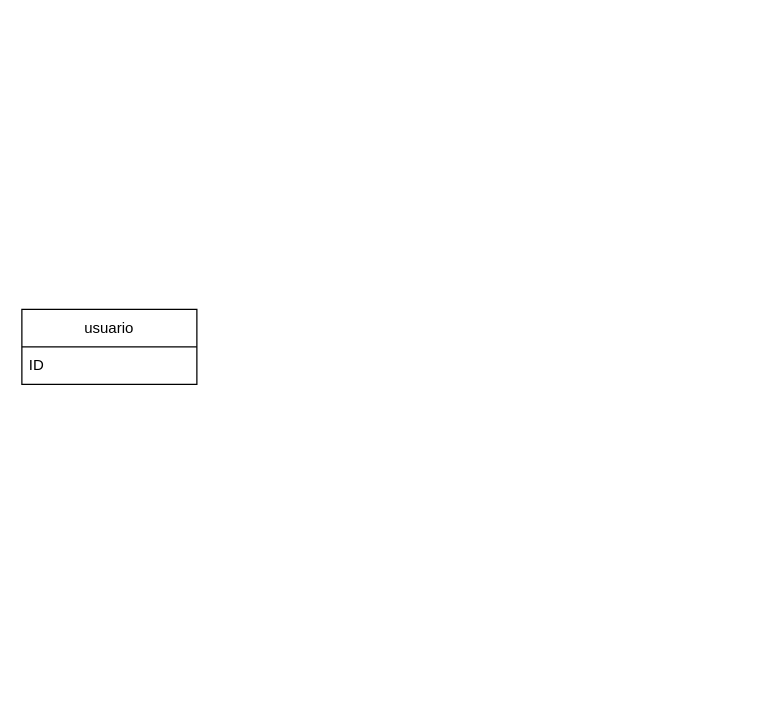
Earlier version of the draw.io diagram .github/Diagrama sem nome.drawio (PauloTIgit/Portfolio). Source tidied: cells renumbered, new cells numbered last; positions are measured from the earlier drawing's top-left corner, leaving out a move shared by most shapes. Both pictures are drawn from the tidied source at 125%, with x=0, y=0 at pixel (21, 309).
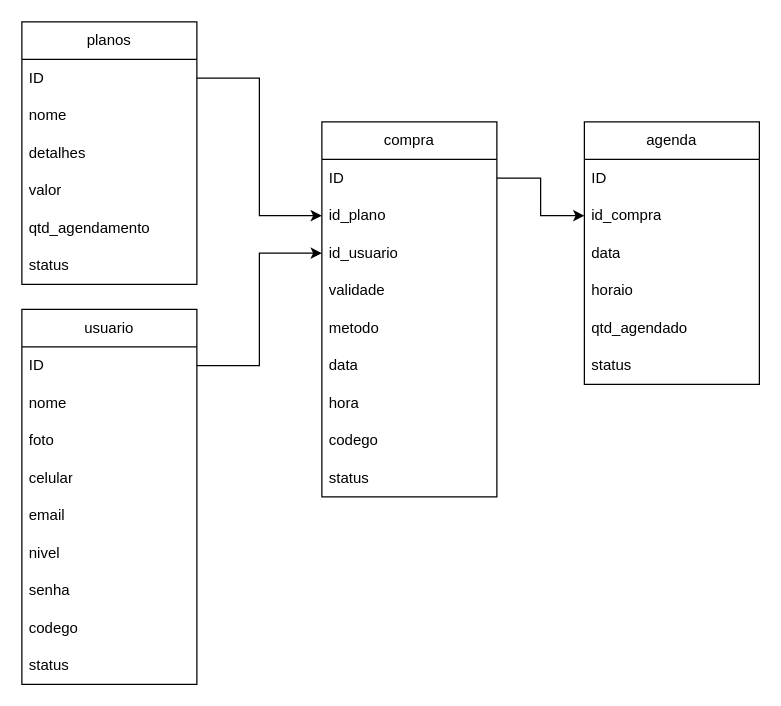
Above is the later version.

Change to the diagram source:
```diff
@@
     <mxCell id="2" value="usuario" style="swimlane;fontStyle=0;horizontal=1;startSize=30;whiteSpace=wrap;html=1;" parent="1" vertex="1">
-      <mxGeometry width="140" height="60" as="geometry" />
+      <mxGeometry width="140" height="300" as="geometry" />
     </mxCell>
-    <mxCell id="3" value="ID" style="text;strokeColor=none;fillColor=none;align=left;verticalAlign=middle;spacingLeft=4;spacingRight=4;overflow=hidden;points=[[0,0.5],[1,0.5]];portConstraint=eastwest;whiteSpace=wrap;html=1;" parent="2" vertex="1">
+    <mxCell id="3" value="ID" style="text;strokeColor=none;fillColor=none;align=left;verticalAlign=middle;spacingLeft=4;spacingRight=4;overflow=hidden;points=[[0,0.5],[1,0.5]];portConstraint=eastwest;whiteSpace=wrap;html=1;shadow=0;" parent="2" vertex="1">
       <mxGeometry y="30" width="140" height="30" as="geometry" />
     </mxCell>
+    <mxCell id="4" value="nome" style="text;strokeColor=none;fillColor=none;align=left;verticalAlign=middle;spacingLeft=4;spacingRight=4;overflow=hidden;whiteSpace=wrap;html=1;rounded=0;" parent="2" vertex="1">
+      <mxGeometry y="60" width="140" height="30" as="geometry" />
+    </mxCell>
+    <mxCell id="5" value="foto" style="text;strokeColor=none;fillColor=none;align=left;verticalAlign=middle;spacingLeft=4;spacingRight=4;overflow=hidden;whiteSpace=wrap;html=1;" parent="2" vertex="1">
+      <mxGeometry y="90" width="140" height="30" as="geometry" />
+    </mxCell>
+    <mxCell id="6" value="celular" style="text;strokeColor=none;fillColor=none;align=left;verticalAlign=middle;spacingLeft=4;spacingRight=4;overflow=hidden;whiteSpace=wrap;html=1;" parent="2" vertex="1">
+      <mxGeometry y="120" width="140" height="30" as="geometry" />
+    </mxCell>
+    <mxCell id="7" value="email" style="text;strokeColor=none;fillColor=none;align=left;verticalAlign=middle;spacingLeft=4;spacingRight=4;overflow=hidden;whiteSpace=wrap;html=1;" parent="2" vertex="1">
+      <mxGeometry y="150" width="140" height="30" as="geometry" />
+    </mxCell>
+    <mxCell id="8" value="nivel" style="text;strokeColor=none;fillColor=none;align=left;verticalAlign=middle;spacingLeft=4;spacingRight=4;overflow=hidden;whiteSpace=wrap;html=1;" parent="2" vertex="1">
+      <mxGeometry y="180" width="140" height="30" as="geometry" />
+    </mxCell>
+    <mxCell id="9" value="senha" style="text;strokeColor=none;fillColor=none;align=left;verticalAlign=middle;spacingLeft=4;spacingRight=4;overflow=hidden;whiteSpace=wrap;html=1;" parent="2" vertex="1">
+      <mxGeometry y="210" width="140" height="30" as="geometry" />
+    </mxCell>
+    <mxCell id="10" value="codego" style="text;strokeColor=none;fillColor=none;align=left;verticalAlign=middle;spacingLeft=4;spacingRight=4;overflow=hidden;whiteSpace=wrap;html=1;" parent="2" vertex="1">
+      <mxGeometry y="240" width="140" height="30" as="geometry" />
+    </mxCell>
+    <mxCell id="11" value="status" style="text;strokeColor=none;fillColor=none;align=left;verticalAlign=middle;spacingLeft=4;spacingRight=4;overflow=hidden;whiteSpace=wrap;html=1;" parent="2" vertex="1">
+      <mxGeometry y="270" width="140" height="30" as="geometry" />
+    </mxCell>
+    <mxCell id="12" value="planos" style="swimlane;fontStyle=0;horizontal=1;startSize=30;whiteSpace=wrap;html=1;" parent="1" vertex="1">
+      <mxGeometry y="-230" width="140" height="210" as="geometry" />
+    </mxCell>
+    <mxCell id="13" value="ID" style="text;strokeColor=none;fillColor=none;align=left;verticalAlign=middle;spacingLeft=4;spacingRight=4;overflow=hidden;points=[[0,0.5],[1,0.5]];portConstraint=eastwest;whiteSpace=wrap;html=1;" parent="12" vertex="1">
+      <mxGeometry y="30" width="140" height="30" as="geometry" />
+    </mxCell>
+    <mxCell id="14" value="nome" style="text;strokeColor=none;fillColor=none;align=left;verticalAlign=middle;spacingLeft=4;spacingRight=4;overflow=hidden;whiteSpace=wrap;html=1;rounded=0;" parent="12" vertex="1">
+      <mxGeometry y="60" width="140" height="30" as="geometry" />
+    </mxCell>
+    <mxCell id="15" value="detalhes" style="text;strokeColor=none;fillColor=none;align=left;verticalAlign=middle;spacingLeft=4;spacingRight=4;overflow=hidden;whiteSpace=wrap;html=1;" parent="12" vertex="1">
+      <mxGeometry y="90" width="140" height="30" as="geometry" />
+    </mxCell>
+    <mxCell id="16" value="valor" style="text;strokeColor=none;fillColor=none;align=left;verticalAlign=middle;spacingLeft=4;spacingRight=4;overflow=hidden;whiteSpace=wrap;html=1;" parent="12" vertex="1">
+      <mxGeometry y="120" width="140" height="30" as="geometry" />
+    </mxCell>
+    <mxCell id="17" value="qtd_agendamento" style="text;strokeColor=none;fillColor=none;align=left;verticalAlign=middle;spacingLeft=4;spacingRight=4;overflow=hidden;whiteSpace=wrap;html=1;" parent="12" vertex="1">
+      <mxGeometry y="150" width="140" height="30" as="geometry" />
+    </mxCell>
+    <mxCell id="18" value="status" style="text;strokeColor=none;fillColor=none;align=left;verticalAlign=middle;spacingLeft=4;spacingRight=4;overflow=hidden;whiteSpace=wrap;html=1;" parent="12" vertex="1">
+      <mxGeometry y="180" width="140" height="30" as="geometry" />
+    </mxCell>
+    <mxCell id="19" value="agenda" style="swimlane;fontStyle=0;horizontal=1;startSize=30;whiteSpace=wrap;html=1;" parent="1" vertex="1">
+      <mxGeometry x="450" y="-150" width="140" height="210" as="geometry" />
+    </mxCell>
+    <mxCell id="20" value="ID" style="text;strokeColor=none;fillColor=none;align=left;verticalAlign=middle;spacingLeft=4;spacingRight=4;overflow=hidden;whiteSpace=wrap;html=1;" parent="19" vertex="1">
+      <mxGeometry y="30" width="140" height="30" as="geometry" />
+    </mxCell>
+    <mxCell id="21" value="id_compra" style="text;strokeColor=none;fillColor=none;align=left;verticalAlign=middle;spacingLeft=4;spacingRight=4;overflow=hidden;points=[[0,0.5],[1,0.5]];portConstraint=eastwest;whiteSpace=wrap;html=1;" parent="19" vertex="1">
+      <mxGeometry y="60" width="140" height="30" as="geometry" />
+    </mxCell>
+    <mxCell id="22" value="data" style="text;strokeColor=none;fillColor=none;align=left;verticalAlign=middle;spacingLeft=4;spacingRight=4;overflow=hidden;whiteSpace=wrap;html=1;" parent="19" vertex="1">
+      <mxGeometry y="90" width="140" height="30" as="geometry" />
+    </mxCell>
+    <mxCell id="23" value="horaio" style="text;strokeColor=none;fillColor=none;align=left;verticalAlign=middle;spacingLeft=4;spacingRight=4;overflow=hidden;whiteSpace=wrap;html=1;" parent="19" vertex="1">
+      <mxGeometry y="120" width="140" height="30" as="geometry" />
+    </mxCell>
+    <mxCell id="24" value="qtd_agendado" style="text;strokeColor=none;fillColor=none;align=left;verticalAlign=middle;spacingLeft=4;spacingRight=4;overflow=hidden;whiteSpace=wrap;html=1;" parent="19" vertex="1">
+      <mxGeometry y="150" width="140" height="30" as="geometry" />
+    </mxCell>
+    <mxCell id="25" value="status" style="text;strokeColor=none;fillColor=none;align=left;verticalAlign=middle;spacingLeft=4;spacingRight=4;overflow=hidden;whiteSpace=wrap;html=1;" parent="19" vertex="1">
+      <mxGeometry y="180" width="140" height="30" as="geometry" />
+    </mxCell>
+    <mxCell id="26" value="compra" style="swimlane;fontStyle=0;horizontal=1;startSize=30;whiteSpace=wrap;html=1;" parent="1" vertex="1">
+      <mxGeometry x="240" y="-150" width="140" height="300" as="geometry" />
+    </mxCell>
+    <mxCell id="27" value="ID" style="text;strokeColor=none;fillColor=none;align=left;verticalAlign=middle;spacingLeft=4;spacingRight=4;overflow=hidden;points=[[0,0.5],[1,0.5]];portConstraint=eastwest;whiteSpace=wrap;html=1;" parent="26" vertex="1">
+      <mxGeometry y="30" width="140" height="30" as="geometry" />
+    </mxCell>
+    <mxCell id="28" value="id_plano" style="text;strokeColor=none;fillColor=none;align=left;verticalAlign=middle;spacingLeft=4;spacingRight=4;overflow=hidden;points=[[0,0.5],[1,0.5]];portConstraint=eastwest;whiteSpace=wrap;html=1;" parent="26" vertex="1">
+      <mxGeometry y="60" width="140" height="30" as="geometry" />
+    </mxCell>
+    <mxCell id="29" value="id_usuario" style="text;strokeColor=none;fillColor=none;align=left;verticalAlign=middle;spacingLeft=4;spacingRight=4;overflow=hidden;points=[[0,0.5],[1,0.5]];portConstraint=eastwest;whiteSpace=wrap;html=1;" parent="26" vertex="1">
+      <mxGeometry y="90" width="140" height="30" as="geometry" />
+    </mxCell>
+    <mxCell id="30" value="validade" style="text;strokeColor=none;fillColor=none;align=left;verticalAlign=middle;spacingLeft=4;spacingRight=4;overflow=hidden;whiteSpace=wrap;html=1;" parent="26" vertex="1">
+      <mxGeometry y="120" width="140" height="30" as="geometry" />
+    </mxCell>
+    <mxCell id="31" value="metodo" style="text;strokeColor=none;fillColor=none;align=left;verticalAlign=middle;spacingLeft=4;spacingRight=4;overflow=hidden;whiteSpace=wrap;html=1;" parent="26" vertex="1">
+      <mxGeometry y="150" width="140" height="30" as="geometry" />
+    </mxCell>
+    <mxCell id="32" value="data" style="text;strokeColor=none;fillColor=none;align=left;verticalAlign=middle;spacingLeft=4;spacingRight=4;overflow=hidden;whiteSpace=wrap;html=1;" parent="26" vertex="1">
+      <mxGeometry y="180" width="140" height="30" as="geometry" />
+    </mxCell>
+    <mxCell id="33" value="hora" style="text;strokeColor=none;fillColor=none;align=left;verticalAlign=middle;spacingLeft=4;spacingRight=4;overflow=hidden;whiteSpace=wrap;html=1;" parent="26" vertex="1">
+      <mxGeometry y="210" width="140" height="30" as="geometry" />
+    </mxCell>
+    <mxCell id="34" value="codego" style="text;strokeColor=none;fillColor=none;align=left;verticalAlign=middle;spacingLeft=4;spacingRight=4;overflow=hidden;whiteSpace=wrap;html=1;" parent="26" vertex="1">
+      <mxGeometry y="240" width="140" height="30" as="geometry" />
+    </mxCell>
+    <mxCell id="35" value="status" style="text;strokeColor=none;fillColor=none;align=left;verticalAlign=middle;spacingLeft=4;spacingRight=4;overflow=hidden;whiteSpace=wrap;html=1;" parent="26" vertex="1">
+      <mxGeometry y="270" width="140" height="30" as="geometry" />
+    </mxCell>
+    <mxCell id="36" style="edgeStyle=orthogonalEdgeStyle;rounded=0;jettySize=auto;html=1;exitX=1;exitY=0.5;exitDx=0;exitDy=0;entryX=0;entryY=0.5;entryDx=0;entryDy=0;" parent="1" edge="1" source="13" target="28">
+      <mxGeometry relative="1" as="geometry" />
+    </mxCell>
+    <mxCell id="37" style="edgeStyle=orthogonalEdgeStyle;rounded=0;jettySize=auto;html=1;exitX=1;exitY=0.5;exitDx=0;exitDy=0;entryX=0;entryY=0.5;entryDx=0;entryDy=0;" parent="1" edge="1" source="3" target="29">
+      <mxGeometry relative="1" as="geometry" />
+    </mxCell>
+    <mxCell id="38" style="edgeStyle=orthogonalEdgeStyle;rounded=0;jettySize=auto;html=1;exitX=1;exitY=0.5;exitDx=0;exitDy=0;entryX=0;entryY=0.5;entryDx=0;entryDy=0;" parent="1" edge="1" source="27" target="21">
+      <mxGeometry relative="1" as="geometry" />
+    </mxCell>
```
